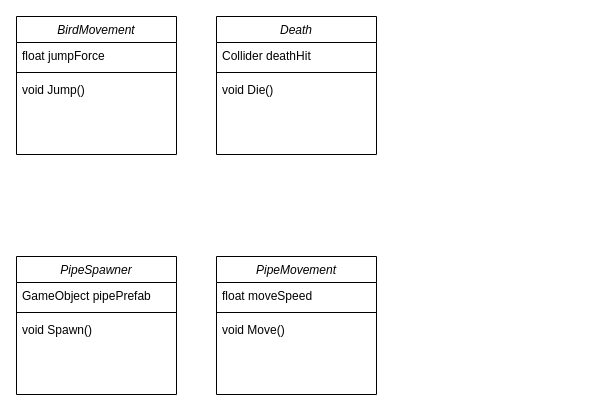
The draw.io diagram Assets/FloppyBird.drawio in SkullViper7/FloppyBird, before the edit. Source tidied: cells renumbered, new cells numbered last; positions are measured from the earlier drawing's top-left corner, leaving out a move shared by most shapes. Both pictures are drawn from the tidied source at 100%, with x=0, y=0 at pixel (16, 16).
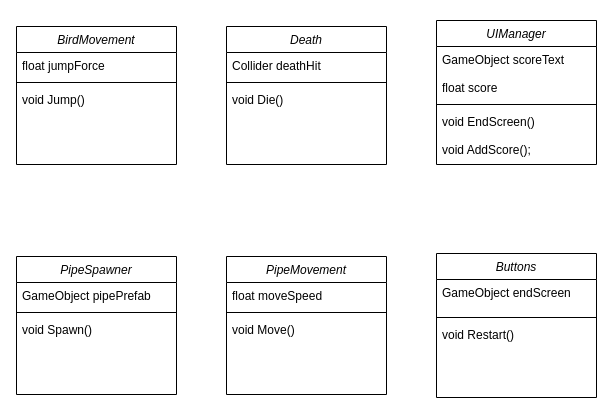
The same page after the edit.

Commit message (it also covers changes not shown here):
Mettre à jour FloppyBird.drawio

What changed in the source:
```diff
@@
     <mxCell id="2" value="BirdMovement" style="swimlane;fontStyle=2;align=center;verticalAlign=top;horizontal=1;startSize=26;rounded=0;shadow=0;strokeWidth=1;" parent="1" vertex="1">
-      <mxGeometry width="160" height="138" as="geometry" />
+      <mxGeometry y="10" width="160" height="138" as="geometry" />
     </mxCell>
@@
     <mxCell id="6" value="PipeMovement" style="swimlane;fontStyle=2;align=center;verticalAlign=top;horizontal=1;startSize=26;rounded=0;shadow=0;strokeWidth=1;" parent="1" vertex="1">
-      <mxGeometry x="200" y="240" width="160" height="138" as="geometry" />
+      <mxGeometry x="210" y="240" width="160" height="138" as="geometry" />
     </mxCell>
@@
-    <mxCell id="14" value="Death" style="swimlane;fontStyle=2;align=center;verticalAlign=top;horizontal=1;startSize=26;rounded=0;shadow=0;strokeWidth=1;" parent="1" vertex="1">
-      <mxGeometry x="200" width="160" height="138" as="geometry" />
+    <mxCell id="14" value="UIManager" style="swimlane;fontStyle=2;align=center;verticalAlign=top;horizontal=1;startSize=26;rounded=0;shadow=0;strokeWidth=1;" parent="1" vertex="1">
+      <mxGeometry x="420" y="4" width="160" height="144" as="geometry" />
     </mxCell>
-    <mxCell id="15" value="Collider deathHit" style="text;align=left;verticalAlign=top;spacingLeft=4;spacingRight=4;overflow=hidden;" parent="14" vertex="1">
-      <mxGeometry y="26" width="160" height="26" as="geometry" />
+    <mxCell id="15" value="GameObject scoreText&#10;&#10;float score" style="text;align=left;verticalAlign=top;spacingLeft=4;spacingRight=4;overflow=hidden;" parent="14" vertex="1">
+      <mxGeometry y="26" width="160" height="54" as="geometry" />
     </mxCell>
     <mxCell id="16" style="line;html=1;strokeWidth=1;align=left;verticalAlign=middle;spacingTop=-1;spacingLeft=3;spacingRight=3;labelPosition=right;" parent="14" vertex="1">
-      <mxGeometry y="52" width="160" height="8" as="geometry" />
+      <mxGeometry y="80" width="160" height="8" as="geometry" />
     </mxCell>
-    <mxCell id="17" value="void Die()" style="text;align=left;verticalAlign=top;spacingLeft=4;spacingRight=4;overflow=hidden;" parent="14" vertex="1">
-      <mxGeometry y="60" width="160" height="26" as="geometry" />
+    <mxCell id="17" value="void EndScreen()&#10;&#10;void AddScore();" style="text;align=left;verticalAlign=top;spacingLeft=4;spacingRight=4;overflow=hidden;" parent="14" vertex="1">
+      <mxGeometry y="88" width="160" height="52" as="geometry" />
     </mxCell>
+    <mxCell id="18" value="Death" style="swimlane;fontStyle=2;align=center;verticalAlign=top;horizontal=1;startSize=26;rounded=0;shadow=0;strokeWidth=1;" parent="1" vertex="1">
+      <mxGeometry x="210" y="10" width="160" height="138" as="geometry" />
+    </mxCell>
+    <mxCell id="19" value="Collider deathHit" style="text;align=left;verticalAlign=top;spacingLeft=4;spacingRight=4;overflow=hidden;" parent="18" vertex="1">
+      <mxGeometry y="26" width="160" height="26" as="geometry" />
+    </mxCell>
+    <mxCell id="20" style="line;html=1;strokeWidth=1;align=left;verticalAlign=middle;spacingTop=-1;spacingLeft=3;spacingRight=3;labelPosition=right;" parent="18" vertex="1">
+      <mxGeometry y="52" width="160" height="8" as="geometry" />
+    </mxCell>
+    <mxCell id="21" value="void Die()" style="text;align=left;verticalAlign=top;spacingLeft=4;spacingRight=4;overflow=hidden;" parent="18" vertex="1">
+      <mxGeometry y="60" width="160" height="26" as="geometry" />
+    </mxCell>
+    <mxCell id="22" value="Buttons" style="swimlane;fontStyle=2;align=center;verticalAlign=top;horizontal=1;startSize=26;rounded=0;shadow=0;strokeWidth=1;" parent="1" vertex="1">
+      <mxGeometry x="420" y="237" width="160" height="144" as="geometry" />
+    </mxCell>
+    <mxCell id="23" value="GameObject endScreen" style="text;align=left;verticalAlign=top;spacingLeft=4;spacingRight=4;overflow=hidden;" parent="22" vertex="1">
+      <mxGeometry y="26" width="160" height="34" as="geometry" />
+    </mxCell>
+    <mxCell id="24" style="line;html=1;strokeWidth=1;align=left;verticalAlign=middle;spacingTop=-1;spacingLeft=3;spacingRight=3;labelPosition=right;" parent="22" vertex="1">
+      <mxGeometry y="60" width="160" height="8" as="geometry" />
+    </mxCell>
+    <mxCell id="25" value="void Restart()" style="text;align=left;verticalAlign=top;spacingLeft=4;spacingRight=4;overflow=hidden;" parent="22" vertex="1">
+      <mxGeometry y="68" width="160" height="26" as="geometry" />
+    </mxCell>
```
